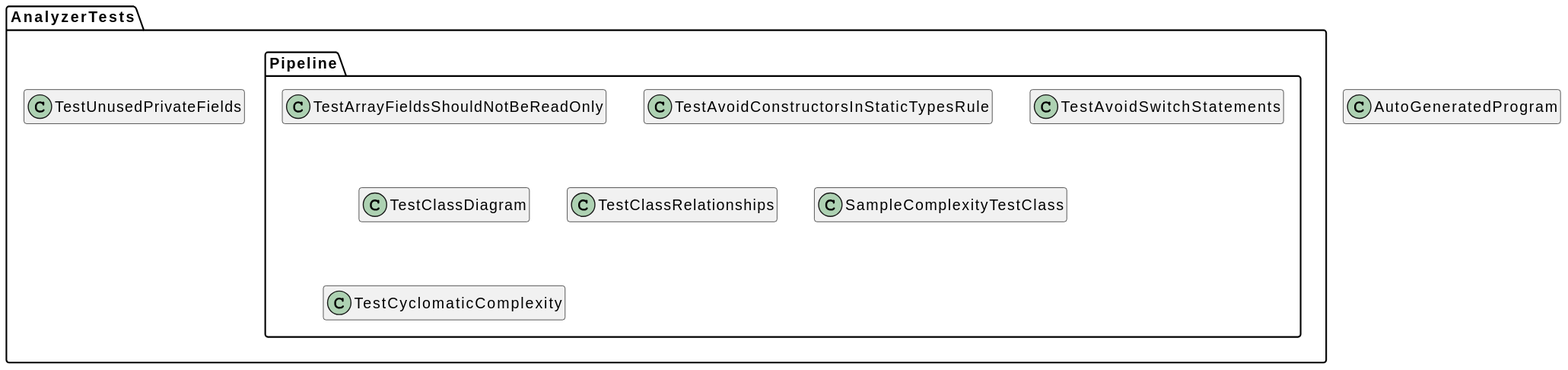
Above: AnalyzerTests/UMLDiagramResults/out3.svg in Mak1226/CodeInspector (PlantUML), before the change. Its diagram source:
```plantuml
@startuml
hide empty members
skinparam groupInheritance 2
skinparam groupAggregation 2
skinparam groupComposition 2
class AutoGeneratedProgram{}
class AnalyzerTests.TestUnusedPrivateFields{}
class AnalyzerTests.Pipeline.TestArrayFieldsShouldNotBeReadOnly{}
class AnalyzerTests.Pipeline.TestAvoidConstructorsInStaticTypesRule{}
class AnalyzerTests.Pipeline.TestAvoidSwitchStatements{}
class AnalyzerTests.Pipeline.TestClassDiagram{}
class AnalyzerTests.Pipeline.TestClassRelationships{}
class AnalyzerTests.Pipeline.SampleComplexityTestClass{}
class AnalyzerTests.Pipeline.TestCyclomaticComplexity{}
@enduml
```
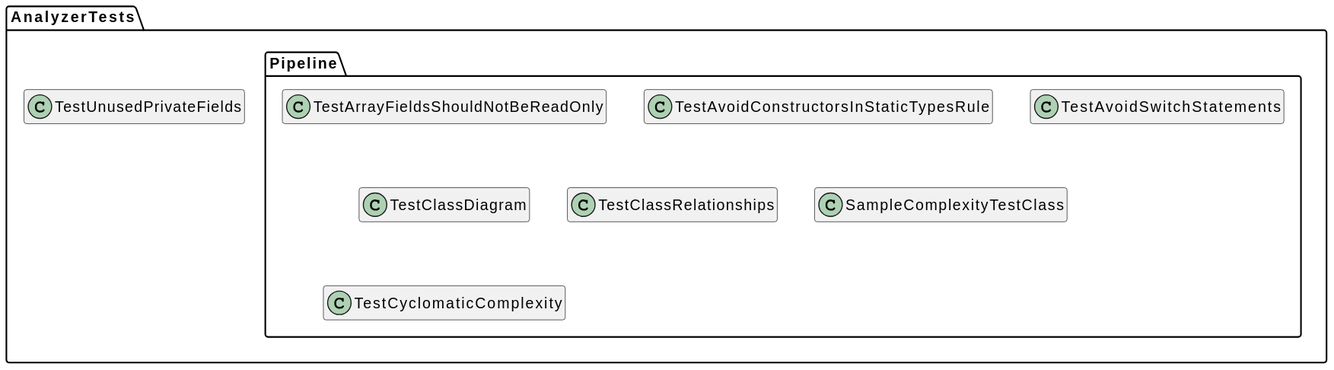
After the change.

What changed in the source:
```diff
@@ -3,7 +3,6 @@
 skinparam groupInheritance 2
 skinparam groupAggregation 2
 skinparam groupComposition 2
-class AutoGeneratedProgram{}
 class AnalyzerTests.TestUnusedPrivateFields{}
 class AnalyzerTests.Pipeline.TestArrayFieldsShouldNotBeReadOnly{}
 class AnalyzerTests.Pipeline.TestAvoidConstructorsInStaticTypesRule{}
```
